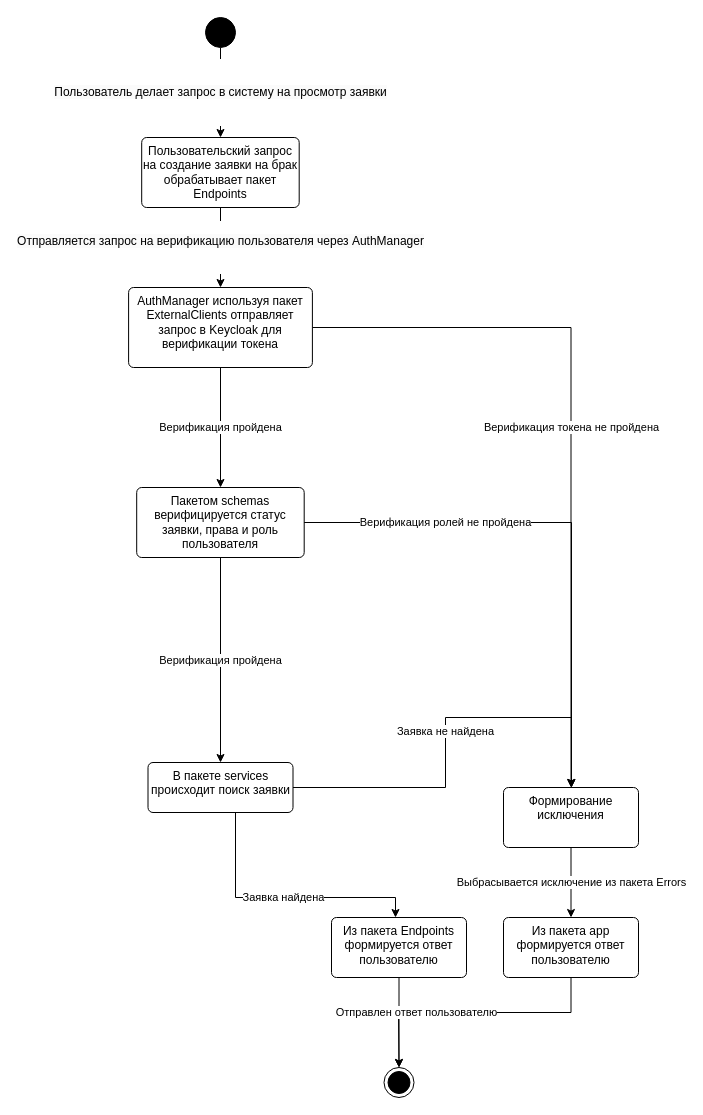
Above: page "logical view" (2 of 3) of magistracy/software-engeneering-methodology/diagrams/State_UC-Open-Request.drawio in GulDilin/itmo (draw.io), before the change. Source tidied: cells renumbered, new cells numbered last; positions are measured from the earlier drawing's top-left corner, leaving out a move shared by most shapes. Both pictures are drawn from the tidied source at 100%, with x=0, y=0 at pixel (128, 17).
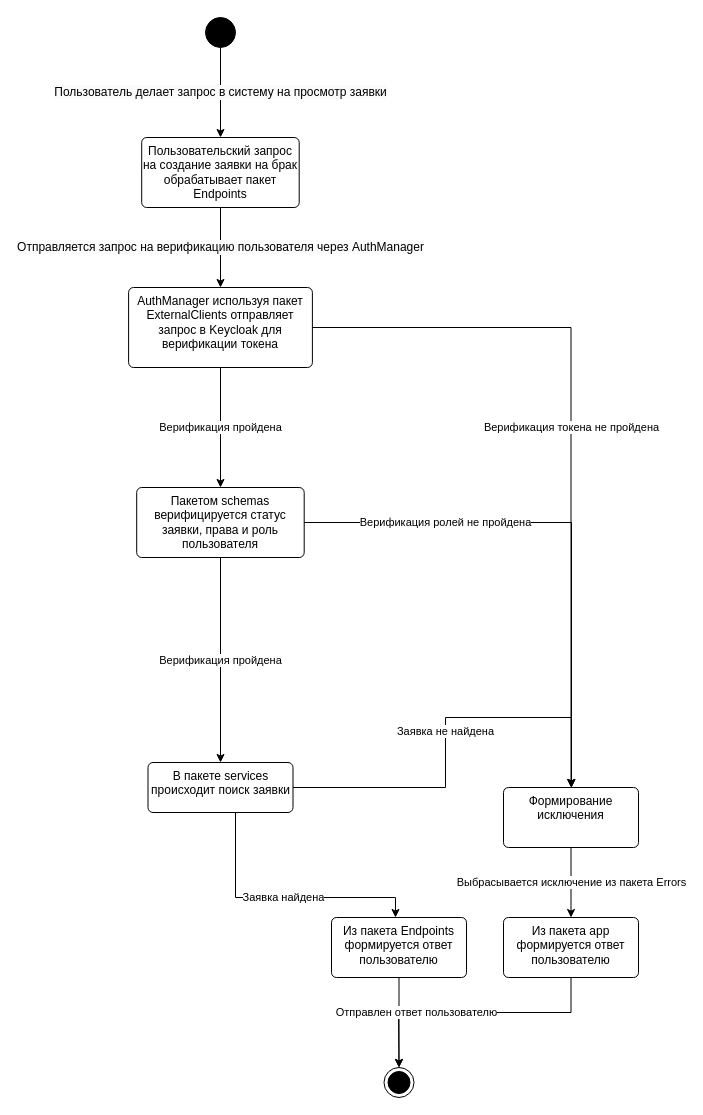
The same diagram, later.

Unchanged cells that the change refers to:
```xml
<mxCell id="3" style="ellipse;fillColor=strokeColor;html=1;" parent="1" vertex="1">
  <mxGeometry x="77" width="30" height="30" as="geometry" />
</mxCell>
<mxCell id="5" value="Пользовательский запрос на создание заявки на брак обрабатывает пакет Endpoints" style="html=1;align=center;verticalAlign=top;rounded=1;absoluteArcSize=1;arcSize=10;dashed=0;whiteSpace=wrap;" parent="1" vertex="1">
  <mxGeometry x="13.2" y="120" width="157.5" height="70" as="geometry" />
</mxCell>
<mxCell id="17" value="AuthManager используя пакет ExternalClients отправляет запрос в Keycloak для верификации токена" style="html=1;align=center;verticalAlign=top;rounded=1;absoluteArcSize=1;arcSize=10;dashed=0;whiteSpace=wrap;" parent="1" vertex="1">
  <mxGeometry x="0.1" y="270" width="183.8" height="80" as="geometry" />
</mxCell>
```

What changed in the source:
```diff
@@
-    <mxCell id="2" value="&#10;&lt;br style=&quot;border-color: var(--border-color); color: rgb(0, 0, 0); font-family: Helvetica; font-size: 11px; font-style: normal; font-variant-ligatures: normal; font-variant-caps: normal; font-weight: 400; letter-spacing: normal; orphans: 2; text-align: center; text-indent: 0px; text-transform: none; widows: 2; word-spacing: 0px; -webkit-text-stroke-width: 0px; text-decoration-thickness: initial; text-decoration-style: initial; text-decoration-color: initial;&quot;&gt;&lt;span style=&quot;border-color: var(--border-color); color: rgb(0, 0, 0); font-family: Helvetica; font-style: normal; font-variant-ligatures: normal; font-variant-caps: normal; font-weight: 400; letter-spacing: normal; orphans: 2; text-align: center; text-indent: 0px; text-transform: none; widows: 2; word-spacing: 0px; -webkit-text-stroke-width: 0px; text-decoration-thickness: initial; text-decoration-style: initial; text-decoration-color: initial; font-size: 12px; background-color: rgb(251, 251, 251); float: none; display: inline !important;&quot;&gt;Пользователь делает запрос в систему на просмотр заявки&lt;/span&gt;&lt;br style=&quot;border-color: var(--border-color); color: rgb(0, 0, 0); font-family: Helvetica; font-size: 11px; font-style: normal; font-variant-ligatures: normal; font-variant-caps: normal; font-weight: 400; letter-spacing: normal; orphans: 2; text-align: center; text-indent: 0px; text-transform: none; widows: 2; word-spacing: 0px; -webkit-text-stroke-width: 0px; text-decoration-thickness: initial; text-decoration-style: initial; text-decoration-color: initial;&quot;&gt;&#10;&#10;" style="edgeStyle=orthogonalEdgeStyle;rounded=0;jettySize=auto;html=1;" parent="1" edge="1" source="3" target="5">
+    <mxCell id="2" value="&lt;span style=&quot;border-color: var(--border-color); color: rgb(0, 0, 0); font-family: Helvetica; font-style: normal; font-variant-ligatures: normal; font-variant-caps: normal; font-weight: 400; letter-spacing: normal; orphans: 2; text-align: center; text-indent: 0px; text-transform: none; widows: 2; word-spacing: 0px; -webkit-text-stroke-width: 0px; text-decoration-thickness: initial; text-decoration-style: initial; text-decoration-color: initial; font-size: 12px; background-color: rgb(251, 251, 251); float: none; display: inline !important;&quot;&gt;Пользователь делает запрос в систему на просмотр заявки&lt;/span&gt;" style="edgeStyle=orthogonalEdgeStyle;rounded=0;jettySize=auto;html=1;" parent="1" edge="1" source="3" target="5">
       <mxGeometry relative="1" as="geometry" />
     </mxCell>
@@
-    <mxCell id="4" value="&#10;&lt;span style=&quot;color: rgb(0, 0, 0); font-family: Helvetica; font-size: 12px; font-style: normal; font-variant-ligatures: normal; font-variant-caps: normal; font-weight: 400; letter-spacing: normal; orphans: 2; text-align: center; text-indent: 0px; text-transform: none; widows: 2; word-spacing: 0px; -webkit-text-stroke-width: 0px; background-color: rgb(251, 251, 251); text-decoration-thickness: initial; text-decoration-style: initial; text-decoration-color: initial; float: none; display: inline !important;&quot;&gt;Отправляется запрос на верификацию пользователя через AuthManager&lt;/span&gt;&#10;&#10;" style="edgeStyle=orthogonalEdgeStyle;rounded=0;jettySize=auto;html=1;" parent="1" edge="1" source="5" target="17">
+    <mxCell id="4" value="&lt;span style=&quot;color: rgb(0, 0, 0); font-family: Helvetica; font-size: 12px; font-style: normal; font-variant-ligatures: normal; font-variant-caps: normal; font-weight: 400; letter-spacing: normal; orphans: 2; text-align: center; text-indent: 0px; text-transform: none; widows: 2; word-spacing: 0px; -webkit-text-stroke-width: 0px; background-color: rgb(251, 251, 251); text-decoration-thickness: initial; text-decoration-style: initial; text-decoration-color: initial; float: none; display: inline !important;&quot;&gt;Отправляется запрос на верификацию пользователя через AuthManager&lt;/span&gt;" style="edgeStyle=orthogonalEdgeStyle;rounded=0;jettySize=auto;html=1;" parent="1" edge="1" source="5" target="17">
       <mxGeometry relative="1" as="geometry" />
     </mxCell>
```
